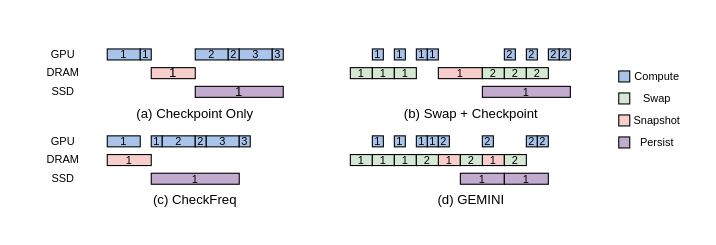
The draw.io diagram fig/pipeline_mot.drawio in icszhr/NCheck, before the edit. Source tidied: cells renumbered, new cells numbered last; positions are measured from the earlier drawing's top-left corner, leaving out a move shared by most shapes. Both pictures are drawn from the tidied source at 110%, with x=0, y=0 at pixel (30, 48).
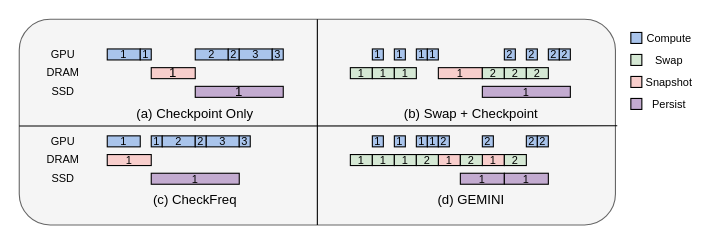
The same diagram, later.

The edit, as a diff of the source:
```diff
@@
+    <mxCell id="70" style="rounded=1;whiteSpace=wrap;html=1;fillColor=#f5f5f5;fontColor=#333333;strokeColor=#666666;" parent="1" vertex="1">
+      <mxGeometry x="-10" y="-27" width="542" height="187" as="geometry" />
+    </mxCell>
@@
     <mxCell id="5" style="whiteSpace=wrap;html=1;fillColor=#A9C4EB;" parent="1" vertex="1">
-      <mxGeometry x="535" y="20" width="10" height="10" as="geometry" />
+      <mxGeometry x="546" y="-15" width="10" height="10" as="geometry" />
     </mxCell>
     <mxCell id="6" style="whiteSpace=wrap;html=1;fillColor=#F8CECC;" parent="1" vertex="1">
-      <mxGeometry x="535" y="60" width="10" height="10" as="geometry" />
+      <mxGeometry x="546" y="25" width="10" height="10" as="geometry" />
     </mxCell>
     <mxCell id="7" style="whiteSpace=wrap;html=1;fillColor=#D5E8D4;" parent="1" vertex="1">
-      <mxGeometry x="535" y="40" width="10" height="10" as="geometry" />
+      <mxGeometry x="546" y="5" width="10" height="10" as="geometry" />
     </mxCell>
     <mxCell id="8" style="whiteSpace=wrap;html=1;fillColor=#C3ABD0;" parent="1" vertex="1">
-      <mxGeometry x="535" y="80" width="10" height="10" as="geometry" />
+      <mxGeometry x="546" y="45" width="10" height="10" as="geometry" />
     </mxCell>
     <mxCell id="9" value="&lt;font style=&quot;font-size: 10px;&quot;&gt;Compute&lt;/font&gt;" style="text;html=1;align=center;verticalAlign=middle;whiteSpace=wrap;rounded=0;" parent="1" vertex="1">
-      <mxGeometry x="545" y="20" width="50" height="10" as="geometry" />
+      <mxGeometry x="556" y="-15" width="50" height="10" as="geometry" />
     </mxCell>
     <mxCell id="10" value="&lt;font style=&quot;font-size: 10px;&quot;&gt;Swap&lt;/font&gt;" style="text;html=1;align=center;verticalAlign=middle;whiteSpace=wrap;rounded=0;" parent="1" vertex="1">
-      <mxGeometry x="545" y="40" width="50" height="10" as="geometry" />
+      <mxGeometry x="556" y="5" width="50" height="10" as="geometry" />
     </mxCell>
     <mxCell id="11" value="&lt;span style=&quot;font-size: 10px;&quot;&gt;Snapshot&lt;/span&gt;" style="text;html=1;align=center;verticalAlign=middle;whiteSpace=wrap;rounded=0;" parent="1" vertex="1">
-      <mxGeometry x="545" y="60" width="50" height="10" as="geometry" />
+      <mxGeometry x="556" y="25" width="50" height="10" as="geometry" />
     </mxCell>
     <mxCell id="12" value="&lt;font style=&quot;font-size: 10px;&quot;&gt;Persist&lt;/font&gt;" style="text;html=1;align=center;verticalAlign=middle;whiteSpace=wrap;rounded=0;" parent="1" vertex="1">
-      <mxGeometry x="545" y="80" width="50" height="10" as="geometry" />
+      <mxGeometry x="556" y="45" width="50" height="10" as="geometry" />
     </mxCell>
@@
+    <mxCell id="71" style="endArrow=none;html=1;rounded=0;entryX=1.003;entryY=0.518;entryDx=0;entryDy=0;entryPerimeter=0;exitX=0;exitY=0.519;exitDx=0;exitDy=0;exitPerimeter=0;" parent="1" edge="1" source="70" target="70">
+      <mxGeometry relative="1" as="geometry" />
+    </mxCell>
+    <mxCell id="72" style="endArrow=none;html=1;rounded=0;entryX=0.5;entryY=0;entryDx=0;entryDy=0;exitX=0.5;exitY=1;exitDx=0;exitDy=0;" parent="1" edge="1" source="70" target="70">
+      <mxGeometry relative="1" as="geometry" />
+    </mxCell>
```
